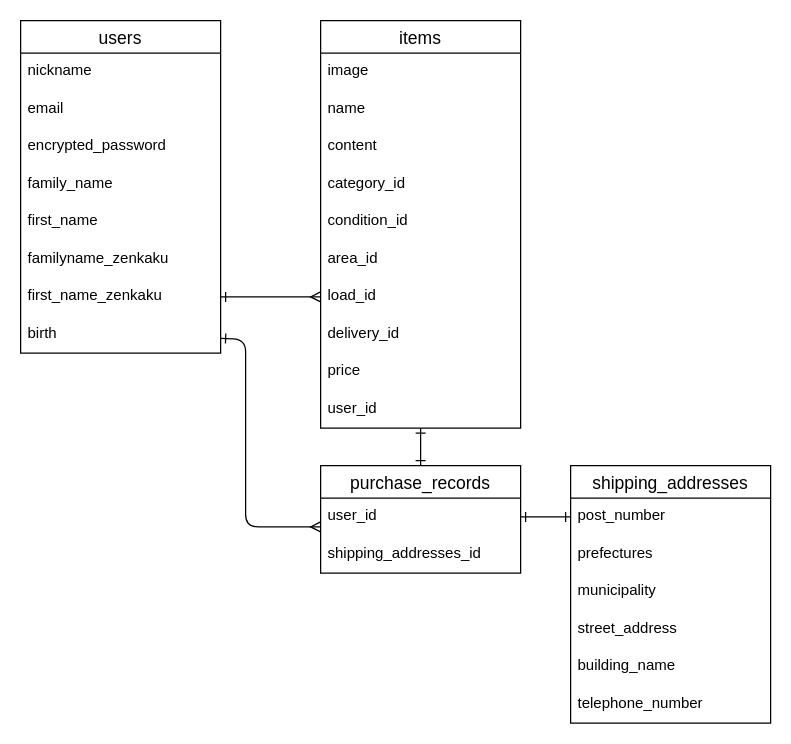
atk1825/furima-40553 keeps this draw.io diagram as furima.dio. Above is the earlier version. Source tidied: cells renumbered, new cells numbered last; positions are measured from the earlier drawing's top-left corner, leaving out a move shared by most shapes. Both pictures are drawn from the tidied source at 125%, with x=0, y=0 at pixel (20, 20).
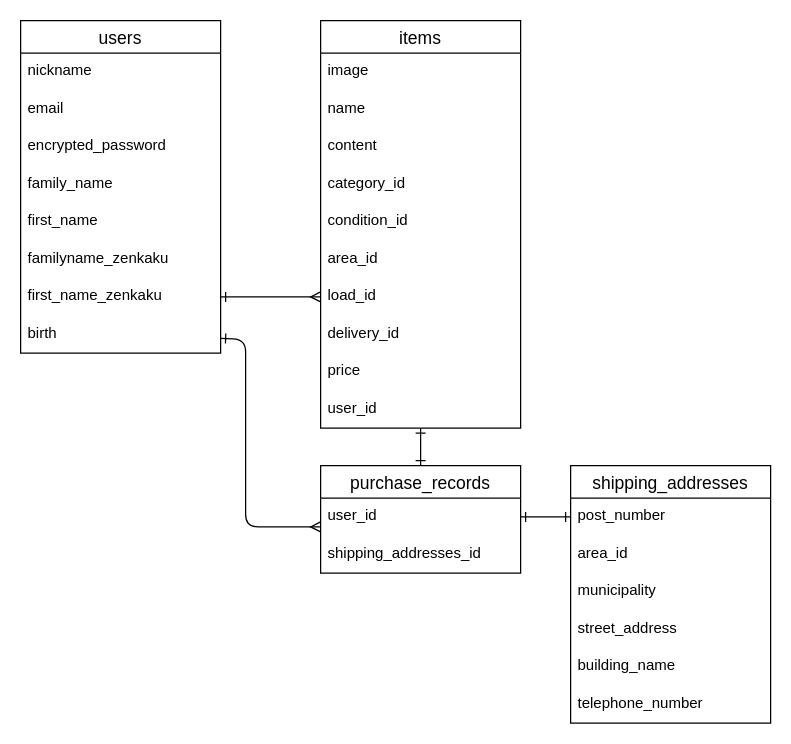
After the change.

The change refers to these unchanged cells:
```xml
<mxCell id="13" value="shipping_addresses" style="swimlane;fontStyle=0;horizontal=1;startSize=26;align=center;fontSize=14;" parent="1" vertex="1">
  <mxGeometry x="440" y="356" width="160" height="206" as="geometry" />
</mxCell>
```

What changed in the source:
```diff
@@
-    <mxCell id="15" value="prefectures" style="text;strokeColor=none;fillColor=none;spacingLeft=4;spacingRight=4;overflow=hidden;fontSize=12;" parent="13" vertex="1">
+    <mxCell id="15" value="area_id" style="text;strokeColor=none;fillColor=none;spacingLeft=4;spacingRight=4;overflow=hidden;fontSize=12;" parent="13" vertex="1">
       <mxGeometry y="56" width="160" height="30" as="geometry" />
     </mxCell>
```
